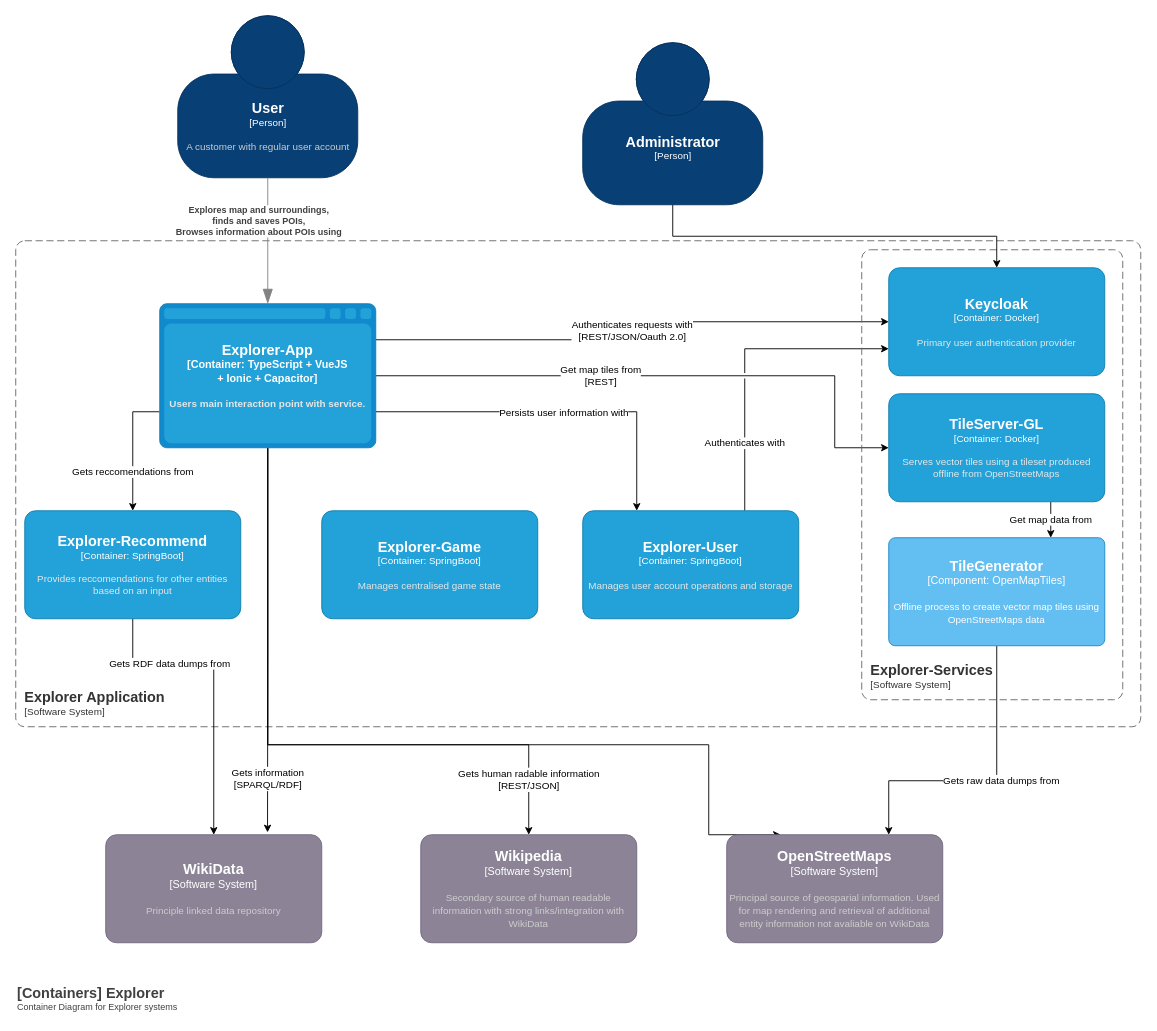
Above: page "Container" (2 of 6) of gis-architecture.drawio in signal32/explorer (draw.io), before the change. Source tidied: cells renumbered, new cells numbered last; positions are measured from the earlier drawing's top-left corner, leaving out a move shared by most shapes. Both pictures are drawn from the tidied source at 90%, with x=0, y=0 at pixel (15, 15).
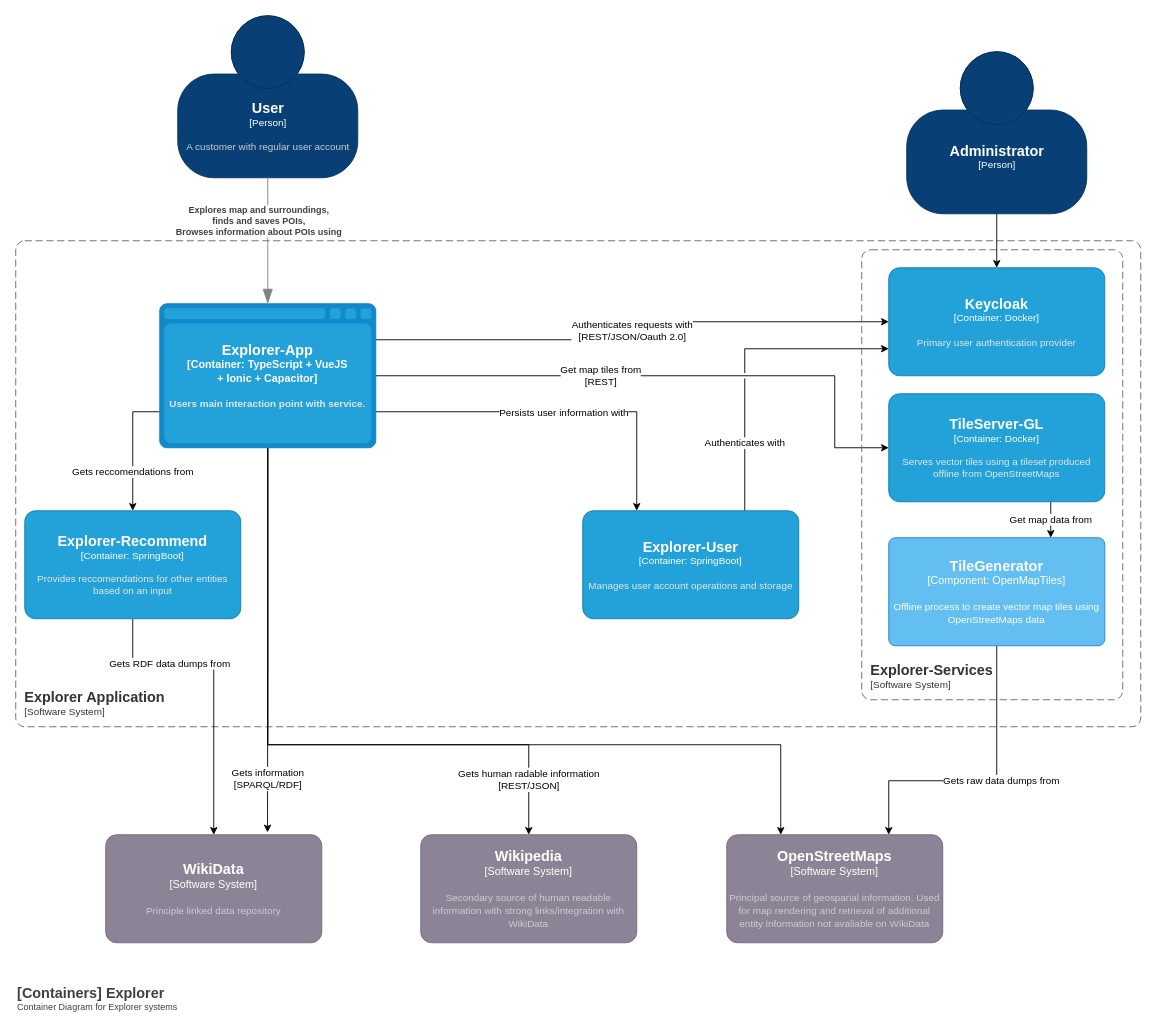
The same page after the edit.

Unchanged cells that the change refers to:
```xml
<object id="14" label="&lt;font style=&quot;font-size: 16px&quot;&gt;&lt;b&gt;%c4Type%&lt;/font&gt;&lt;div&gt;[%c4Container%:&amp;nbsp;%c4Technology%]&lt;/div&gt;&lt;br&gt;&lt;div&gt;&lt;font style=&quot;font-size: 11px&quot;&gt;&lt;font color=&quot;#E6E6E6&quot;&gt;%c4Description%&lt;/font&gt;&lt;/div&gt;" c4Container="Container" c4Description="Users main interaction point with service." c4Technology="TypeScript + VueJS&#10; + Ionic + Capacitor" c4Type="Explorer-App" placeholders="1">
  <mxCell style="shape=mxgraph.c4.webBrowserContainer;whiteSpace=wrap;html=1;boundedLbl=1;rounded=0;labelBackgroundColor=none;fillColor=#118ACD;fontSize=12;fontColor=#ffffff;align=center;strokeColor=#0E7DAD;points=[[0.5,0,0],[1,0.25,0],[1,0.5,0],[1,0.75,0],[0.5,1,0],[0,0.75,0],[0,0.5,0],[0,0.25,0]];sketch=0;fontFamily=Helvetica;" parent="1" vertex="1">
    <mxGeometry x="160" y="320" width="240" height="160" as="geometry" />
  </mxCell>
</object>
<object id="25" label="&lt;font style=&quot;font-size: 16px&quot;&gt;&lt;b&gt;%c4Name%&lt;/b&gt;&lt;/font&gt;&lt;div&gt;[%c4Type%]&lt;/div&gt;&lt;br&gt;&lt;div&gt;&lt;font style=&quot;font-size: 11px&quot;&gt;&lt;font color=&quot;#cccccc&quot;&gt;%c4Description%&lt;/font&gt;&lt;/div&gt;" c4Description="Principal source of geosparial information. Used for map rendering and retrieval of additional entity information not avaliable on WikiData" c4Name="OpenStreetMaps" c4Type="Software System" placeholders="1">
  <mxCell style="rounded=1;whiteSpace=wrap;html=1;labelBackgroundColor=none;fillColor=#8C8496;fontColor=#ffffff;align=center;arcSize=10;strokeColor=#736782;metaData={&quot;c4Type&quot;:{&quot;editable&quot;:false}};points=[[0.25,0,0],[0.5,0,0],[0.75,0,0],[1,0.25,0],[1,0.5,0],[1,0.75,0],[0.75,1,0],[0.5,1,0],[0.25,1,0],[0,0.75,0],[0,0.5,0],[0,0.25,0]];" parent="1" vertex="1">
    <mxGeometry x="790" y="910" width="240" height="120" as="geometry" />
  </mxCell>
</object>
```

Change to the diagram source:
```diff
@@
     <mxCell id="10" style="edgeStyle=orthogonalEdgeStyle;rounded=0;jettySize=auto;html=1;exitX=0.5;exitY=1;exitDx=0;exitDy=0;exitPerimeter=0;entryX=0.25;entryY=0;entryDx=0;entryDy=0;entryPerimeter=0;labelBackgroundColor=default;jumpStyle=gap;" parent="1" edge="1" source="14" target="25">
       <mxGeometry relative="1" as="geometry">
         <Array as="points">
           <mxPoint x="280" y="810" />
-          <mxPoint x="770" y="810" />
+          <mxPoint x="850" y="810" />
         </Array>
       </mxGeometry>
     </mxCell>
@@
     <object id="28" label="&lt;font style=&quot;font-size: 16px&quot;&gt;&lt;b&gt;%c4Name%&lt;/b&gt;&lt;/font&gt;&lt;div&gt;[%c4Type%]&lt;/div&gt;&lt;br&gt;&lt;div&gt;&lt;font style=&quot;font-size: 11px&quot;&gt;&lt;font color=&quot;#cccccc&quot;&gt;%c4Description%&lt;/font&gt;&lt;/div&gt;" c4Description="" c4Name="Administrator" c4Type="Person" placeholders="1">
       <mxCell style="html=1;fontSize=11;dashed=0;whitespace=wrap;fillColor=#083F75;strokeColor=#06315C;fontColor=#ffffff;shape=mxgraph.c4.person2;align=center;points=[[0.5,0,0],[1,0.5,0],[1,0.75,0],[0.75,1,0],[0.5,1,0],[0.25,1,0],[0,0.75,0],[0,0.5,0]];labelBackgroundColor=none;labelBorderColor=none;comic=0;" parent="1" vertex="1">
-        <mxGeometry x="630" y="30" width="200" height="180" as="geometry" />
+        <mxGeometry x="990" y="40" width="200" height="180" as="geometry" />
       </mxCell>
     </object>
@@
-    <object id="30" label="&lt;font style=&quot;font-size: 16px&quot;&gt;&lt;b&gt;%c4Name%&lt;/b&gt;&lt;/font&gt;&lt;div&gt;[%c4Type%: %c4Technology%]&lt;/div&gt;&lt;br&gt;&lt;div&gt;&lt;font style=&quot;font-size: 11px&quot;&gt;&lt;font color=&quot;#E6E6E6&quot;&gt;%c4Description%&lt;/font&gt;&lt;/div&gt;" c4Description="Manages centralised game state" c4Name="Explorer-Game" c4Technology="SpringBoot" c4Type="Container" placeholders="1">
-      <mxCell style="rounded=1;whiteSpace=wrap;html=1;fontSize=11;labelBackgroundColor=none;fillColor=#23A2D9;fontColor=#ffffff;align=center;arcSize=10;strokeColor=#0E7DAD;sketch=0;fontFamily=Helvetica;" parent="1" vertex="1">
-        <mxGeometry x="340" y="550" width="240" height="120" as="geometry" />
-      </mxCell>
-    </object>
```
